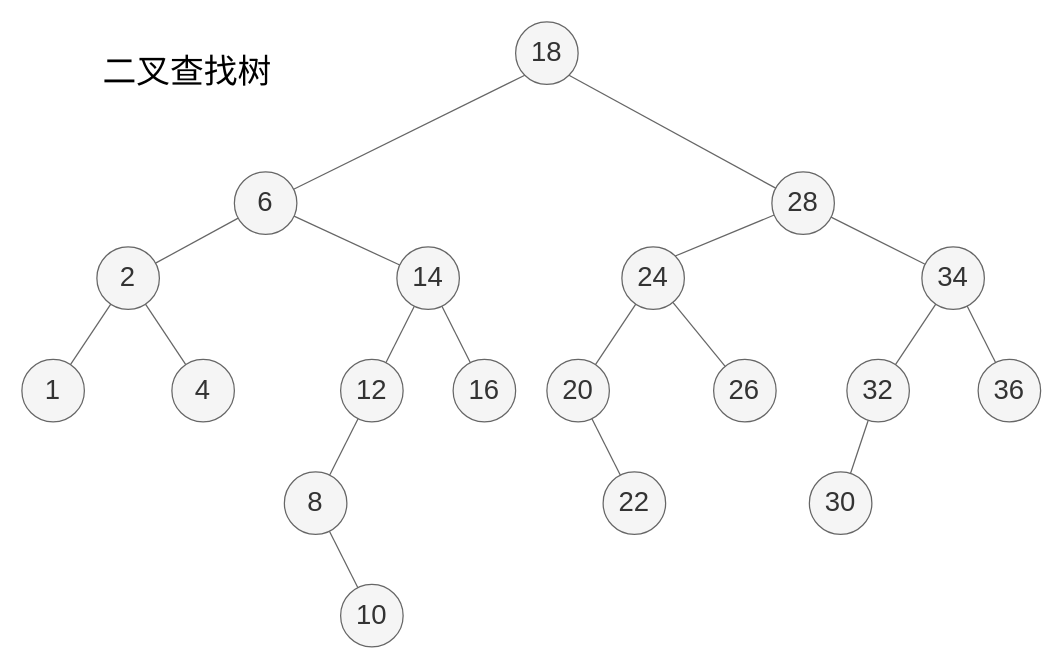
Before: page "平衡二叉查找树" (6 of 8) of algorithm/data-structures/_images/数据结构.drawio in GourdErwa/review-notes-dev, a draw.io diagram. Source tidied: cells renumbered, new cells numbered last; positions are measured from the earlier drawing's top-left corner, leaving out a move shared by most shapes. Both pictures are drawn from the tidied source at 125%, with x=0, y=0 at pixel (21, 21).
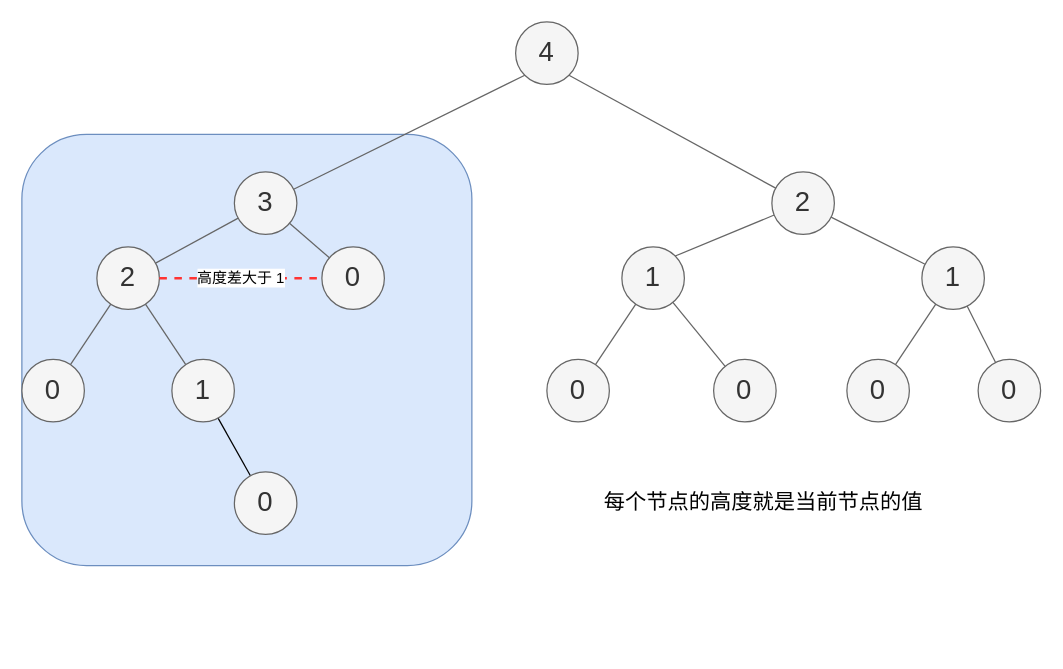
After the change.

The change refers to these unchanged cells:
```xml
<mxCell id="26" value="2" style="ellipse;whiteSpace=wrap;html=1;fontSize=22;fontStyle=0;labelBackgroundColor=none;labelBorderColor=none;fillColor=#f5f5f5;strokeColor=#666666;fontColor=#333333;" parent="1" vertex="1">
  <mxGeometry x="60" y="180" width="50" height="50" as="geometry" />
</mxCell>
```

Diff of the diagram source:
```diff
@@
+    <mxCell id="40" style="rounded=1;whiteSpace=wrap;html=1;fillColor=#dae8fc;strokeColor=#6c8ebf;" parent="1" vertex="1">
+      <mxGeometry y="90" width="360" height="345" as="geometry" />
+    </mxCell>
@@
-    <mxCell id="3" value="36" style="ellipse;whiteSpace=wrap;html=1;fontSize=22;fontStyle=0;labelBackgroundColor=none;labelBorderColor=none;fillColor=#f5f5f5;strokeColor=#666666;fontColor=#333333;" parent="1" vertex="1">
+    <mxCell id="3" value="0" style="ellipse;whiteSpace=wrap;html=1;fontSize=22;fontStyle=0;labelBackgroundColor=none;labelBorderColor=none;fillColor=#f5f5f5;strokeColor=#666666;fontColor=#333333;" parent="1" vertex="1">
       <mxGeometry x="765" y="270" width="50" height="50" as="geometry" />
     </mxCell>
@@
-    <mxCell id="6" value="34" style="ellipse;whiteSpace=wrap;html=1;fontSize=22;fontStyle=0;labelBackgroundColor=none;labelBorderColor=none;fillColor=#f5f5f5;strokeColor=#666666;fontColor=#333333;" parent="1" vertex="1">
+    <mxCell id="6" value="1" style="ellipse;whiteSpace=wrap;html=1;fontSize=22;fontStyle=0;labelBackgroundColor=none;labelBorderColor=none;fillColor=#f5f5f5;strokeColor=#666666;fontColor=#333333;" parent="1" vertex="1">
       <mxGeometry x="720" y="180" width="50" height="50" as="geometry" />
     </mxCell>
@@
-    <mxCell id="9" value="28" style="ellipse;whiteSpace=wrap;html=1;fontSize=22;fontStyle=0;labelBackgroundColor=none;labelBorderColor=none;fillColor=#f5f5f5;strokeColor=#666666;fontColor=#333333;" parent="1" vertex="1">
+    <mxCell id="9" value="2" style="ellipse;whiteSpace=wrap;html=1;fontSize=22;fontStyle=0;labelBackgroundColor=none;labelBorderColor=none;fillColor=#f5f5f5;strokeColor=#666666;fontColor=#333333;" parent="1" vertex="1">
       <mxGeometry x="600" y="120" width="50" height="50" as="geometry" />
     </mxCell>
-    <mxCell id="10" value="18" style="ellipse;whiteSpace=wrap;html=1;fontSize=22;fontStyle=0;labelBackgroundColor=none;labelBorderColor=none;fillColor=#f5f5f5;strokeColor=#666666;fontColor=#333333;" parent="1" vertex="1">
+    <mxCell id="10" value="4" style="ellipse;whiteSpace=wrap;html=1;fontSize=22;fontStyle=0;labelBackgroundColor=none;labelBorderColor=none;fillColor=#f5f5f5;strokeColor=#666666;fontColor=#333333;" parent="1" vertex="1">
       <mxGeometry x="395" width="50" height="50" as="geometry" />
     </mxCell>
@@
-    <mxCell id="14" value="6" style="ellipse;whiteSpace=wrap;html=1;fontSize=22;fontStyle=0;labelBackgroundColor=none;labelBorderColor=none;fillColor=#f5f5f5;strokeColor=#666666;fontColor=#333333;" parent="1" vertex="1">
+    <mxCell id="14" value="3" style="ellipse;whiteSpace=wrap;html=1;fontSize=22;fontStyle=0;labelBackgroundColor=none;labelBorderColor=none;fillColor=#f5f5f5;strokeColor=#666666;fontColor=#333333;" parent="1" vertex="1">
       <mxGeometry x="170" y="120" width="50" height="50" as="geometry" />
     </mxCell>
-    <mxCell id="15" style="edgeStyle=none;rounded=0;jettySize=auto;html=1;endArrow=none;endFill=0;fontSize=22;fillColor=#f5f5f5;strokeColor=#666666;labelBackgroundColor=none;" parent="1" edge="1" source="17" target="20">
-      <mxGeometry relative="1" as="geometry" />
-    </mxCell>
-    <mxCell id="16" style="edgeStyle=none;rounded=0;jettySize=auto;html=1;endArrow=none;endFill=0;fontSize=22;fillColor=#f5f5f5;strokeColor=#666666;labelBackgroundColor=none;" parent="1" edge="1" source="17" target="18">
-      <mxGeometry relative="1" as="geometry" />
-    </mxCell>
-    <mxCell id="17" value="14" style="ellipse;whiteSpace=wrap;html=1;fontSize=22;fontStyle=0;labelBackgroundColor=none;labelBorderColor=none;fillColor=#f5f5f5;strokeColor=#666666;fontColor=#333333;" parent="1" vertex="1">
-      <mxGeometry x="300" y="180" width="50" height="50" as="geometry" />
+    <mxCell id="17" value="0" style="ellipse;whiteSpace=wrap;html=1;fontSize=22;fontStyle=0;labelBackgroundColor=none;labelBorderColor=none;fillColor=#f5f5f5;strokeColor=#666666;fontColor=#333333;" parent="1" vertex="1">
+      <mxGeometry x="240" y="180" width="50" height="50" as="geometry" />
     </mxCell>
-    <mxCell id="18" value="16" style="ellipse;whiteSpace=wrap;html=1;fontSize=22;fontStyle=0;labelBackgroundColor=none;labelBorderColor=none;fillColor=#f5f5f5;strokeColor=#666666;fontColor=#333333;" parent="1" vertex="1">
-      <mxGeometry x="345" y="270" width="50" height="50" as="geometry" />
-    </mxCell>
-    <mxCell id="19" style="edgeStyle=none;rounded=0;jettySize=auto;html=1;endArrow=none;endFill=0;fontSize=22;fillColor=#f5f5f5;strokeColor=#666666;labelBackgroundColor=none;" parent="1" edge="1" source="20" target="22">
-      <mxGeometry relative="1" as="geometry" />
-    </mxCell>
-    <mxCell id="20" value="12" style="ellipse;whiteSpace=wrap;html=1;fontSize=22;fontStyle=0;labelBackgroundColor=none;labelBorderColor=none;fillColor=#f5f5f5;strokeColor=#666666;fontColor=#333333;" parent="1" vertex="1">
-      <mxGeometry x="255" y="270" width="50" height="50" as="geometry" />
-    </mxCell>
-    <mxCell id="21" style="edgeStyle=none;rounded=0;jettySize=auto;html=1;endArrow=none;endFill=0;fontSize=22;fillColor=#f5f5f5;strokeColor=#666666;labelBackgroundColor=none;" parent="1" edge="1" source="22" target="23">
-      <mxGeometry relative="1" as="geometry" />
-    </mxCell>
-    <mxCell id="22" value="8" style="ellipse;whiteSpace=wrap;html=1;fontSize=22;fontStyle=0;labelBackgroundColor=none;labelBorderColor=none;fillColor=#f5f5f5;strokeColor=#666666;fontColor=#333333;" parent="1" vertex="1">
-      <mxGeometry x="210" y="360" width="50" height="50" as="geometry" />
-    </mxCell>
-    <mxCell id="23" value="10" style="ellipse;whiteSpace=wrap;html=1;fontSize=22;fontStyle=0;labelBackgroundColor=none;labelBorderColor=none;fillColor=#f5f5f5;strokeColor=#666666;fontColor=#333333;" parent="1" vertex="1">
-      <mxGeometry x="255" y="450" width="50" height="50" as="geometry" />
-    </mxCell>
@@
+    <mxCell id="41" style="rounded=0;jettySize=auto;html=1;endArrow=none;endFill=0;" parent="1" edge="1" source="27" target="42">
+      <mxGeometry relative="1" as="geometry" />
+    </mxCell>
-    <mxCell id="27" value="4" style="ellipse;whiteSpace=wrap;html=1;fontSize=22;fontStyle=0;labelBackgroundColor=none;labelBorderColor=none;fillColor=#f5f5f5;strokeColor=#666666;fontColor=#333333;" parent="1" vertex="1">
+    <mxCell id="27" value="1" style="ellipse;whiteSpace=wrap;html=1;fontSize=22;fontStyle=0;labelBackgroundColor=none;labelBorderColor=none;fillColor=#f5f5f5;strokeColor=#666666;fontColor=#333333;" parent="1" vertex="1">
       <mxGeometry x="120" y="270" width="50" height="50" as="geometry" />
     </mxCell>
+    <mxCell id="42" value="0" style="ellipse;whiteSpace=wrap;html=1;fontSize=22;fontStyle=0;labelBackgroundColor=none;labelBorderColor=none;fillColor=#f5f5f5;strokeColor=#666666;fontColor=#333333;" parent="1" vertex="1">
+      <mxGeometry x="170" y="360" width="50" height="50" as="geometry" />
+    </mxCell>
-    <mxCell id="28" value="1" style="ellipse;whiteSpace=wrap;html=1;fontSize=22;fontStyle=0;labelBackgroundColor=none;labelBorderColor=none;fillColor=#f5f5f5;strokeColor=#666666;fontColor=#333333;" parent="1" vertex="1">
+    <mxCell id="28" value="0" style="ellipse;whiteSpace=wrap;html=1;fontSize=22;fontStyle=0;labelBackgroundColor=none;labelBorderColor=none;fillColor=#f5f5f5;strokeColor=#666666;fontColor=#333333;" parent="1" vertex="1">
       <mxGeometry y="270" width="50" height="50" as="geometry" />
     </mxCell>
@@
-    <mxCell id="31" value="24" style="ellipse;whiteSpace=wrap;html=1;fontSize=22;fontStyle=0;labelBackgroundColor=none;labelBorderColor=none;fillColor=#f5f5f5;strokeColor=#666666;fontColor=#333333;" parent="1" vertex="1">
+    <mxCell id="31" value="1" style="ellipse;whiteSpace=wrap;html=1;fontSize=22;fontStyle=0;labelBackgroundColor=none;labelBorderColor=none;fillColor=#f5f5f5;strokeColor=#666666;fontColor=#333333;" parent="1" vertex="1">
       <mxGeometry x="480" y="180" width="50" height="50" as="geometry" />
     </mxCell>
-    <mxCell id="32" style="edgeStyle=none;rounded=0;jettySize=auto;html=1;endArrow=none;endFill=0;fontSize=22;fillColor=#f5f5f5;strokeColor=#666666;labelBackgroundColor=none;" parent="1" edge="1" source="33" target="34">
-      <mxGeometry relative="1" as="geometry" />
-    </mxCell>
-    <mxCell id="33" value="20" style="ellipse;whiteSpace=wrap;html=1;fontSize=22;fontStyle=0;labelBackgroundColor=none;labelBorderColor=none;fillColor=#f5f5f5;strokeColor=#666666;fontColor=#333333;" parent="1" vertex="1">
+    <mxCell id="33" value="0" style="ellipse;whiteSpace=wrap;html=1;fontSize=22;fontStyle=0;labelBackgroundColor=none;labelBorderColor=none;fillColor=#f5f5f5;strokeColor=#666666;fontColor=#333333;" parent="1" vertex="1">
       <mxGeometry x="420" y="270" width="50" height="50" as="geometry" />
     </mxCell>
-    <mxCell id="34" value="22" style="ellipse;whiteSpace=wrap;html=1;fontSize=22;fontStyle=0;labelBackgroundColor=none;labelBorderColor=none;fillColor=#f5f5f5;strokeColor=#666666;fontColor=#333333;" parent="1" vertex="1">
-      <mxGeometry x="465" y="360" width="50" height="50" as="geometry" />
-    </mxCell>
-    <mxCell id="35" value="26" style="ellipse;whiteSpace=wrap;html=1;fontSize=22;fontStyle=0;labelBackgroundColor=none;labelBorderColor=none;fillColor=#f5f5f5;strokeColor=#666666;fontColor=#333333;" parent="1" vertex="1">
+    <mxCell id="35" value="0" style="ellipse;whiteSpace=wrap;html=1;fontSize=22;fontStyle=0;labelBackgroundColor=none;labelBorderColor=none;fillColor=#f5f5f5;strokeColor=#666666;fontColor=#333333;" parent="1" vertex="1">
       <mxGeometry x="553.4" y="270" width="50" height="50" as="geometry" />
     </mxCell>
-    <mxCell id="36" style="edgeStyle=none;rounded=0;jettySize=auto;html=1;endArrow=none;endFill=0;fontSize=22;fillColor=#f5f5f5;strokeColor=#666666;labelBackgroundColor=none;" parent="1" edge="1" source="37" target="38">
-      <mxGeometry relative="1" as="geometry" />
-    </mxCell>
-    <mxCell id="37" value="32" style="ellipse;whiteSpace=wrap;html=1;fontSize=22;fontStyle=0;labelBackgroundColor=none;labelBorderColor=none;fillColor=#f5f5f5;strokeColor=#666666;fontColor=#333333;" parent="1" vertex="1">
+    <mxCell id="37" value="0" style="ellipse;whiteSpace=wrap;html=1;fontSize=22;fontStyle=0;labelBackgroundColor=none;labelBorderColor=none;fillColor=#f5f5f5;strokeColor=#666666;fontColor=#333333;" parent="1" vertex="1">
       <mxGeometry x="660" y="270" width="50" height="50" as="geometry" />
     </mxCell>
-    <mxCell id="38" value="30" style="ellipse;whiteSpace=wrap;html=1;fontSize=22;fontStyle=0;labelBackgroundColor=none;labelBorderColor=none;fillColor=#f5f5f5;strokeColor=#666666;fontColor=#333333;" parent="1" vertex="1">
-      <mxGeometry x="630" y="360" width="50" height="50" as="geometry" />
-    </mxCell>
-    <mxCell id="39" value="二叉查找树" style="text;html=1;strokeColor=none;fillColor=none;align=center;verticalAlign=middle;whiteSpace=wrap;rounded=0;labelBackgroundColor=none;fontSize=27;" parent="1" vertex="1">
-      <mxGeometry x="10" y="30" width="245" height="20" as="geometry" />
-    </mxCell>
+    <mxCell id="43" value="高度差大于 1" style="endArrow=none;dashed=1;html=1;exitX=1;exitY=0.5;exitDx=0;exitDy=0;fillColor=#e1d5e7;strokeColor=#FF3333;strokeWidth=2;fontSize=12;" parent="1" edge="1" source="26" target="17">
+      <mxGeometry relative="1" as="geometry" />
+    </mxCell>
+    <mxCell id="44" value="每个节点的高度就是当前节点的值" style="text;html=1;align=center;verticalAlign=middle;fontSize=17;strokeWidth=3;" parent="1" vertex="1">
+      <mxGeometry x="450" y="370" width="285" height="30" as="geometry" />
+    </mxCell>
```
